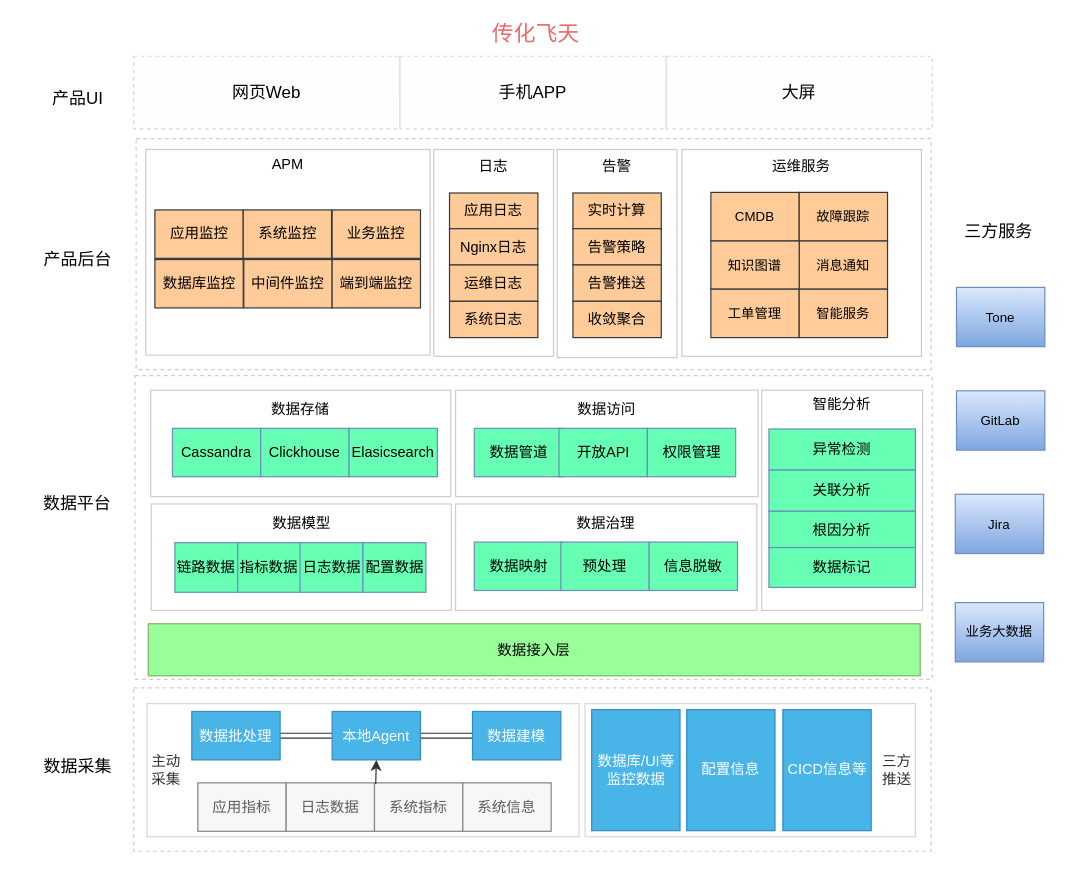
The draw.io diagram 传化盖亚架构图.drawio in sunface/draw.io, before the edit. Source tidied: cells renumbered, new cells numbered last; positions are measured from the earlier drawing's top-left corner, leaving out a move shared by most shapes. Both pictures are drawn from the tidied source at 121%, with x=0, y=0 at pixel (21, 22).
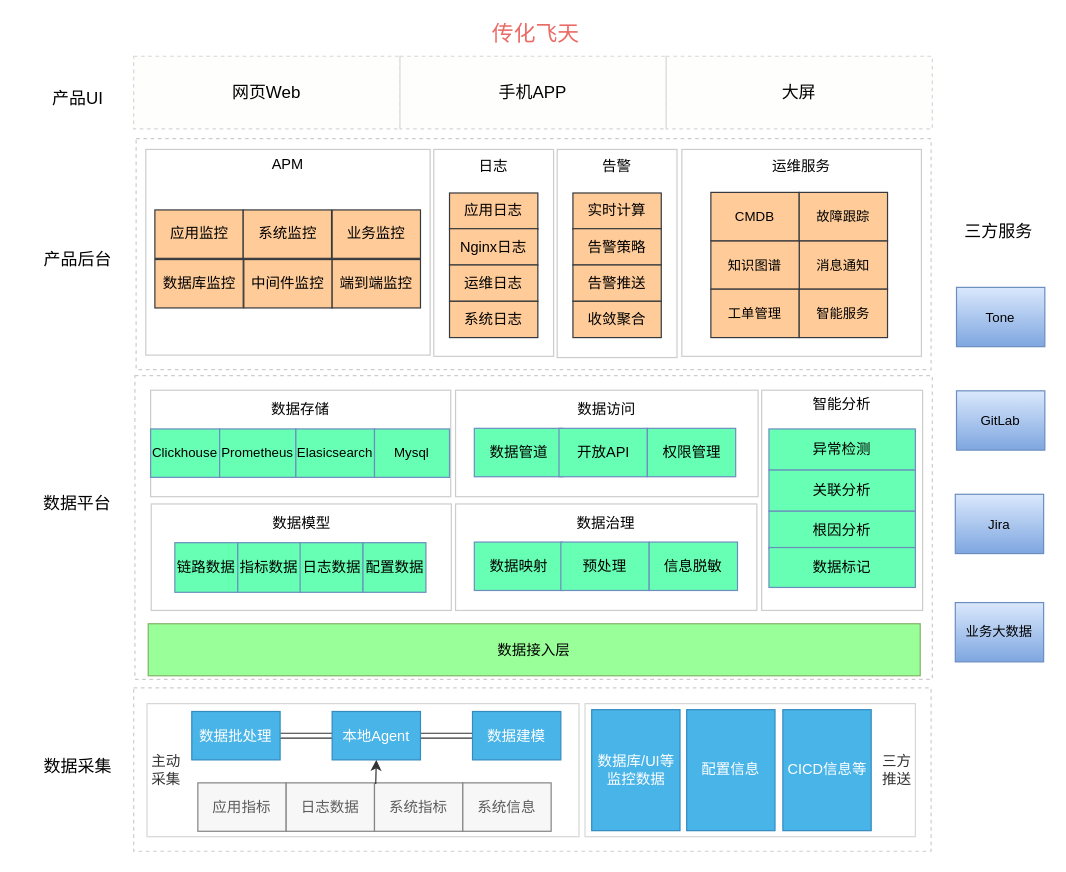
Above is the later version.

Commit message:
Update 传化盖亚架构图.drawio

Change to the diagram source:
```diff
@@
-    <mxCell id="21" value="Cassandra" style="rounded=0;whiteSpace=wrap;html=1;shadow=0;fillColor=#66FFB3;fontSize=12;strokeColor=#6c8ebf;" parent="1" vertex="1">
-      <mxGeometry x="125" y="335.5" width="73" height="40" as="geometry" />
+    <mxCell id="21" value="Clickhouse" style="rounded=0;whiteSpace=wrap;html=1;shadow=0;fillColor=#66FFB3;fontSize=11;strokeColor=#6c8ebf;" parent="1" vertex="1">
+      <mxGeometry x="107" y="336" width="57" height="40" as="geometry" />
     </mxCell>
-    <mxCell id="22" value="Clickhouse" style="rounded=0;whiteSpace=wrap;html=1;shadow=0;fillColor=#66FFB3;fontSize=12;strokeColor=#6c8ebf;" parent="1" vertex="1">
-      <mxGeometry x="198" y="335.5" width="73" height="40" as="geometry" />
+    <mxCell id="22" value="Prometheus" style="rounded=0;whiteSpace=wrap;html=1;shadow=0;fillColor=#66FFB3;fontSize=11;strokeColor=#6c8ebf;" parent="1" vertex="1">
+      <mxGeometry x="164" y="336" width="63" height="40" as="geometry" />
     </mxCell>
-    <mxCell id="23" value="Elasicsearch" style="rounded=0;whiteSpace=wrap;html=1;shadow=0;fillColor=#66FFB3;fontSize=12;strokeColor=#6c8ebf;" parent="1" vertex="1">
-      <mxGeometry x="271" y="335.5" width="73" height="40" as="geometry" />
+    <mxCell id="23" value="Elasicsearch" style="rounded=0;whiteSpace=wrap;html=1;shadow=0;fillColor=#66FFB3;fontSize=11;strokeColor=#6c8ebf;" parent="1" vertex="1">
+      <mxGeometry x="227" y="336" width="65" height="40" as="geometry" />
     </mxCell>
@@
+    <mxCell id="83" value="Mysql" style="rounded=0;whiteSpace=wrap;html=1;shadow=0;fillColor=#66FFB3;fontSize=11;strokeColor=#6c8ebf;" parent="1" vertex="1">
+      <mxGeometry x="292" y="336" width="62" height="40" as="geometry" />
+    </mxCell>
```
